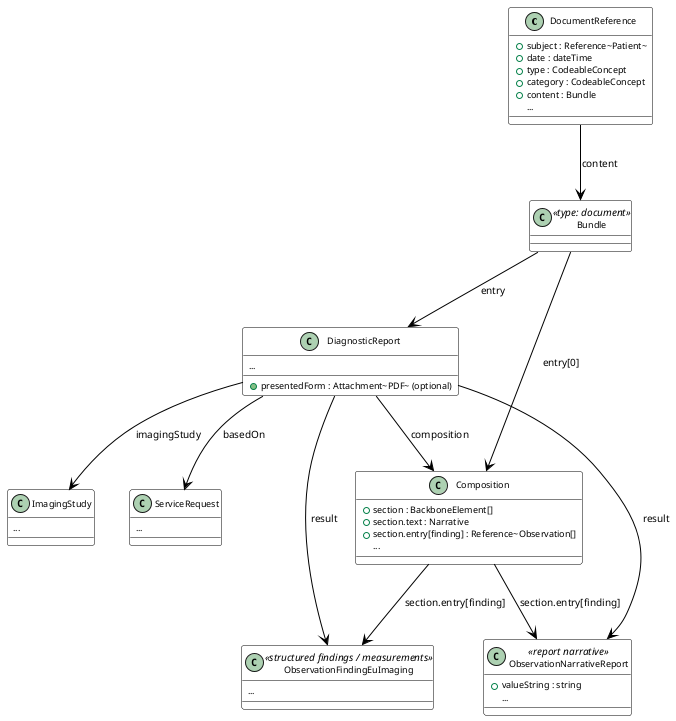
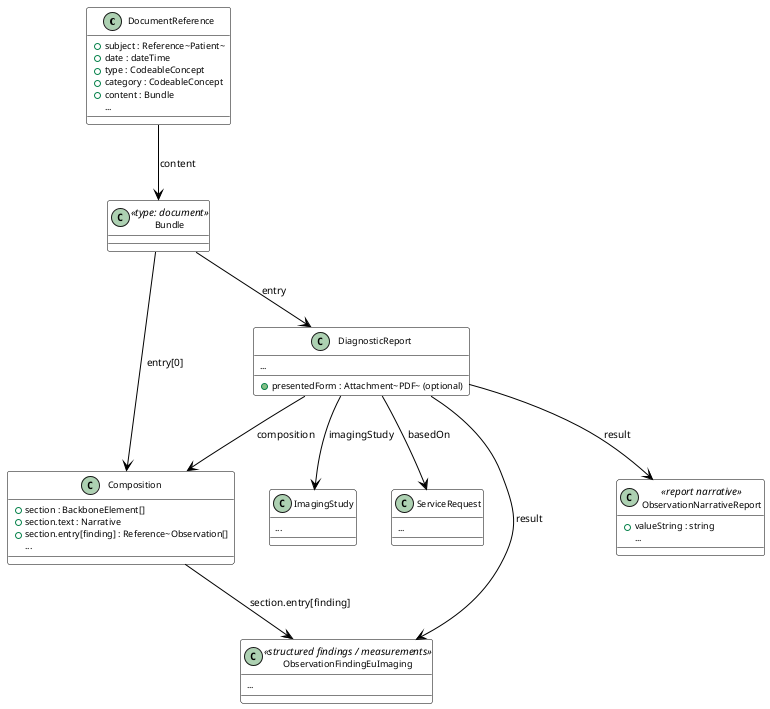
@startuml data-format-section-structured

skinparam backgroundColor white
skinparam handwritten false
skinparam defaultFontSize 10
skinparam classAttributeFontSize 9

skinparam class {
  BackgroundColor White
  BorderColor Black
  ArrowColor Black
}

class DocumentReference {
  +subject : Reference~Patient~
  +date : dateTime
  +type : CodeableConcept
  +category : CodeableConcept
  +content : Bundle
  ...
}

class Bundle <<type: document>> {
}

class Composition {
  +section : BackboneElement[]
  +section.text : Narrative
  +section.entry[finding] : Reference~Observation~[]
  ...
}

class DiagnosticReport  {
  +presentedForm : Attachment~PDF~ (optional)
  ...
}

class ImagingStudy {
  ...
}

class ServiceRequest {
  ...
}

class ObservationFindingEuImaging <<structured findings / measurements>> {
  ...
}

class ObservationNarrativeReport <<report narrative>> {
  +valueString : string
  ...
}


DocumentReference --> Bundle : content
Bundle --> Composition : entry[0]
Bundle --> DiagnosticReport : entry
' Bundle --> ImagingStudy : entry
' Bundle --> ServiceRequest : entry
' Bundle --> ObservationFindingEuImaging : entry
' Bundle --> ObservationNarrativeReport : entry
DiagnosticReport --> ImagingStudy : imagingStudy
DiagnosticReport --> ServiceRequest : basedOn
DiagnosticReport --> ObservationFindingEuImaging : result
DiagnosticReport --> ObservationNarrativeReport : result
- Composition --> ObservationNarrativeReport : section.entry[finding]
Composition --> ObservationFindingEuImaging : section.entry[finding]

DiagnosticReport --> Composition : composition

@enduml